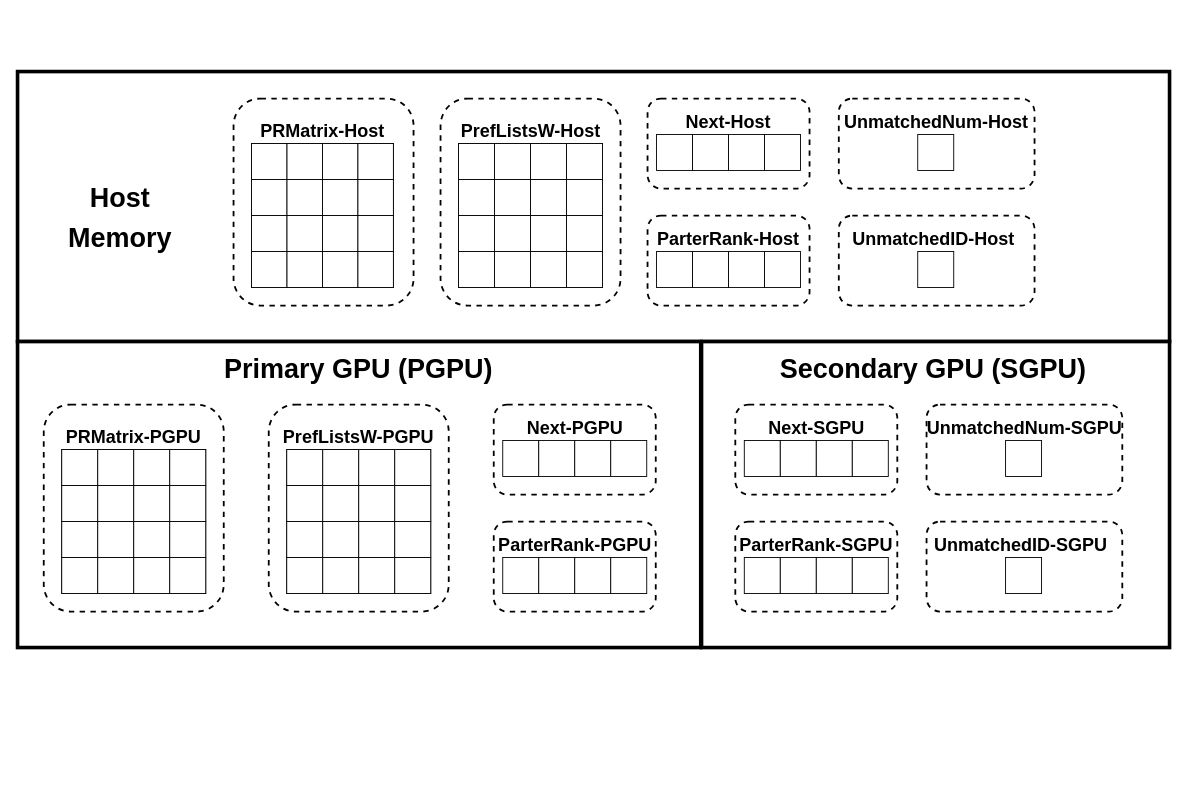
The draw.io diagram DSInHybridSystem.drawio in victorliu-sq/BambooSMP-Figures, before the edit. Source tidied: cells renumbered, new cells numbered last; positions are measured from the earlier drawing's top-left corner, leaving out a move shared by most shapes. Both pictures are drawn from the tidied source at 90%, with x=0, y=0 at pixel (17, 71).
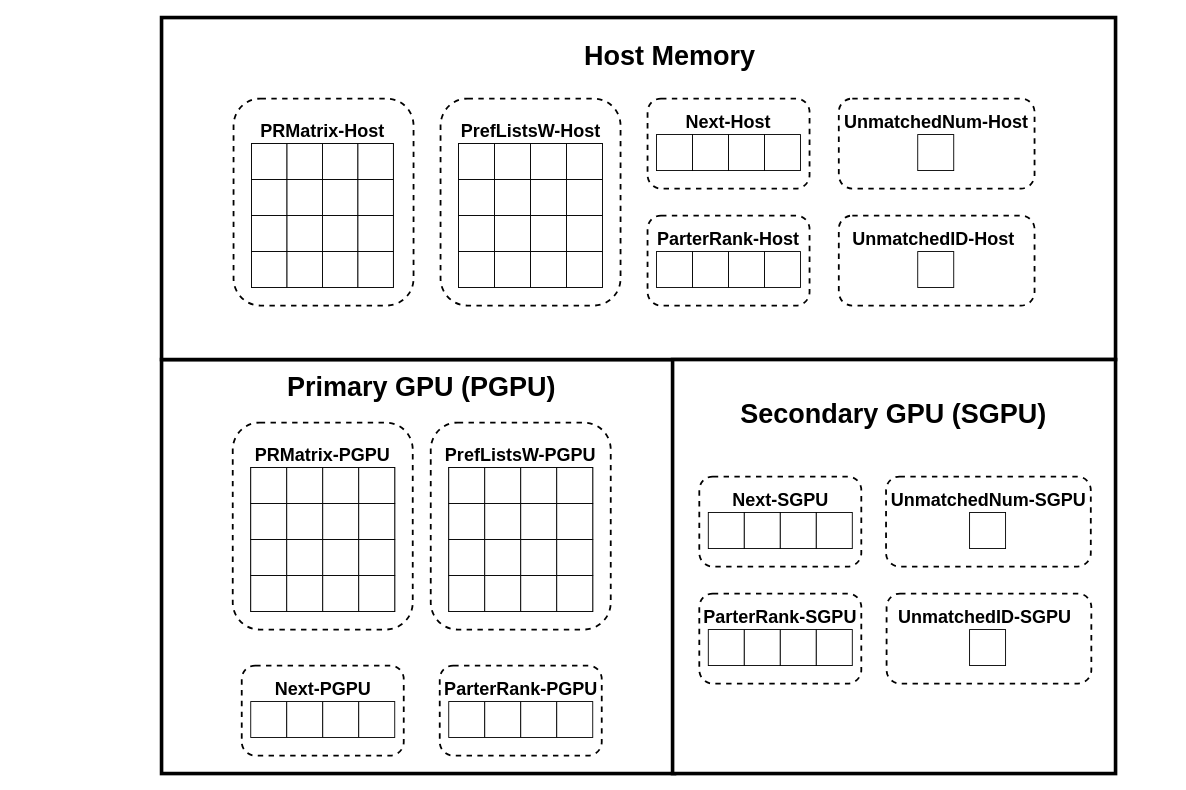
Above is the later version.

The edit, as a diff of the source:
```diff
@@
+    <mxCell id="69" style="rounded=0;whiteSpace=wrap;html=1;strokeWidth=4;" parent="1" vertex="1">
+      <mxGeometry x="160" y="320" width="570" height="460" as="geometry" />
+    </mxCell>
     <mxCell id="2" style="rounded=0;whiteSpace=wrap;html=1;strokeWidth=4;" parent="1" vertex="1">
-      <mxGeometry width="1280" height="300" as="geometry" />
+      <mxGeometry x="160" y="-60" width="1060" height="380" as="geometry" />
     </mxCell>
     <mxCell id="3" style="rounded=0;whiteSpace=wrap;html=1;strokeWidth=4;" parent="1" vertex="1">
-      <mxGeometry x="760" y="300" width="520" height="340" as="geometry" />
+      <mxGeometry x="727.8" y="320" width="492.2" height="460" as="geometry" />
     </mxCell>
@@
     <mxCell id="42" style="rounded=1;whiteSpace=wrap;html=1;fillColor=none;strokeWidth=2;dashed=1;" parent="1" vertex="1">
-      <mxGeometry x="797.5" y="500" width="180" height="100" as="geometry" />
+      <mxGeometry x="757.5" y="580" width="180" height="100" as="geometry" />
     </mxCell>
     <mxCell id="43" style="rounded=1;whiteSpace=wrap;html=1;fillColor=none;strokeWidth=2;dashed=1;" parent="1" vertex="1">
-      <mxGeometry x="797.5" y="370" width="180" height="100" as="geometry" />
+      <mxGeometry x="757.5" y="450" width="180" height="100" as="geometry" />
     </mxCell>
     <mxCell id="44" value="&lt;p style=&quot;font-size: 20px;&quot;&gt;&lt;b style=&quot;font-size: 20px;&quot;&gt;&lt;font style=&quot;font-size: 20px;&quot;&gt;Next-SGPU&lt;/font&gt;&lt;/b&gt;&lt;/p&gt;" style="text;html=1;align=center;verticalAlign=middle;whiteSpace=wrap;rounded=0;fontSize=20;" parent="1" vertex="1">
-      <mxGeometry x="823.8" y="380" width="127.5" height="30" as="geometry" />
+      <mxGeometry x="783.8" y="460" width="127.5" height="30" as="geometry" />
     </mxCell>
     <mxCell id="45" value="&lt;p style=&quot;font-size: 20px;&quot;&gt;&lt;b style=&quot;font-size: 20px;&quot;&gt;&lt;font style=&quot;font-size: 20px;&quot;&gt;ParterRank-SGPU&lt;/font&gt;&lt;/b&gt;&lt;/p&gt;" style="text;html=1;align=center;verticalAlign=middle;whiteSpace=wrap;rounded=0;fontSize=20;" parent="1" vertex="1">
-      <mxGeometry x="796.2" y="510" width="182.5" height="30" as="geometry" />
+      <mxGeometry x="756.2" y="590" width="182.5" height="30" as="geometry" />
     </mxCell>
     <mxCell id="46" value="&lt;b style=&quot;&quot;&gt;&lt;font style=&quot;font-size: 30px;&quot;&gt;Secondary GPU (SGPU)&lt;/font&gt;&lt;/b&gt;" style="rounded=1;whiteSpace=wrap;html=1;strokeColor=none;fillColor=none;" parent="1" vertex="1">
-      <mxGeometry x="845" y="310" width="345" height="40" as="geometry" />
+      <mxGeometry x="801.4" y="360" width="345" height="40" as="geometry" />
     </mxCell>
     <mxCell id="47" style="group;" parent="1" vertex="1">
-      <mxGeometry x="807.5" y="540" width="160" height="40" as="geometry" />
+      <mxGeometry x="767.5" y="620" width="160" height="40" as="geometry" />
     </mxCell>
@@
-    <mxCell id="69" style="rounded=0;whiteSpace=wrap;html=1;strokeWidth=4;" parent="1" vertex="1">
-      <mxGeometry y="300" width="759.1" height="340" as="geometry" />
-    </mxCell>
     <mxCell id="70" style="rounded=1;whiteSpace=wrap;html=1;fillColor=none;strokeWidth=2;dashed=1;" parent="1" vertex="1">
-      <mxGeometry x="529.1" y="500" width="180" height="100" as="geometry" />
+      <mxGeometry x="469.1" y="660" width="180" height="100" as="geometry" />
     </mxCell>
     <mxCell id="71" style="rounded=1;whiteSpace=wrap;html=1;fillColor=none;strokeWidth=2;dashed=1;" parent="1" vertex="1">
-      <mxGeometry x="529.1" y="370" width="180" height="100" as="geometry" />
+      <mxGeometry x="249.1" y="660" width="180" height="100" as="geometry" />
     </mxCell>
     <mxCell id="72" value="&lt;b style=&quot;&quot;&gt;&lt;font style=&quot;font-size: 30px;&quot;&gt;Primary GPU (PGPU)&lt;/font&gt;&lt;/b&gt;" style="rounded=1;whiteSpace=wrap;html=1;strokeColor=none;fillColor=none;" parent="1" vertex="1">
-      <mxGeometry x="219.1" y="310" width="320" height="40" as="geometry" />
+      <mxGeometry x="289.1" y="330" width="320" height="40" as="geometry" />
     </mxCell>
     <mxCell id="73" style="rounded=1;whiteSpace=wrap;html=1;fillColor=none;strokeWidth=2;dashed=1;" parent="1" vertex="1">
-      <mxGeometry x="29.1" y="370" width="200" height="230" as="geometry" />
+      <mxGeometry x="239.1" y="390" width="200" height="230" as="geometry" />
     </mxCell>
     <mxCell id="74" style="group;" parent="1" vertex="1">
-      <mxGeometry x="49.1" y="420" width="160" height="160" as="geometry" />
+      <mxGeometry x="259.1" y="440" width="160" height="160" as="geometry" />
     </mxCell>
@@
     <mxCell id="92" value="&lt;p style=&quot;font-size: 20px;&quot;&gt;&lt;b style=&quot;font-size: 20px;&quot;&gt;&lt;font style=&quot;font-size: 20px;&quot;&gt;PRMatrix-PGPU&lt;/font&gt;&lt;/b&gt;&lt;/p&gt;" style="text;html=1;align=center;verticalAlign=middle;whiteSpace=wrap;rounded=0;fontSize=20;" parent="1" vertex="1">
-      <mxGeometry x="51.2" y="390" width="155.9" height="30" as="geometry" />
+      <mxGeometry x="261.1" y="410" width="155.9" height="30" as="geometry" />
     </mxCell>
     <mxCell id="93" style="rounded=1;whiteSpace=wrap;html=1;fillColor=none;strokeWidth=2;dashed=1;" parent="1" vertex="1">
-      <mxGeometry x="279.1" y="370" width="200" height="230" as="geometry" />
+      <mxGeometry x="459.1" y="390" width="200" height="230" as="geometry" />
     </mxCell>
     <mxCell id="94" value="&lt;p style=&quot;font-size: 20px;&quot;&gt;&lt;b style=&quot;font-size: 20px;&quot;&gt;&lt;font style=&quot;font-size: 20px;&quot;&gt;PrefListsW-PGPU&lt;/font&gt;&lt;/b&gt;&lt;/p&gt;" style="text;html=1;align=center;verticalAlign=middle;whiteSpace=wrap;rounded=0;fontSize=20;" parent="1" vertex="1">
-      <mxGeometry x="293.3" y="390" width="171.6" height="30" as="geometry" />
+      <mxGeometry x="473.3" y="410" width="171.6" height="30" as="geometry" />
     </mxCell>
     <mxCell id="95" style="group;" parent="1" vertex="1">
-      <mxGeometry x="539.1" y="410" width="160" height="80" as="geometry" />
+      <mxGeometry x="259.1" y="700" width="160" height="80" as="geometry" />
     </mxCell>
@@
     <mxCell id="101" value="&lt;p style=&quot;font-size: 20px;&quot;&gt;&lt;b style=&quot;font-size: 20px;&quot;&gt;&lt;font style=&quot;font-size: 20px;&quot;&gt;Next-PGPU&lt;/font&gt;&lt;/b&gt;&lt;/p&gt;" style="text;html=1;align=center;verticalAlign=middle;whiteSpace=wrap;rounded=0;fontSize=20;" parent="1" vertex="1">
-      <mxGeometry x="559.5" y="380" width="119.1" height="30" as="geometry" />
+      <mxGeometry x="279.5" y="670" width="119.1" height="30" as="geometry" />
     </mxCell>
     <mxCell id="102" style="group;" parent="1" vertex="1">
-      <mxGeometry x="539.1" y="540" width="160" height="80" as="geometry" />
+      <mxGeometry x="479.1" y="700" width="160" height="80" as="geometry" />
     </mxCell>
@@
     <mxCell id="108" value="&lt;p style=&quot;font-size: 20px;&quot;&gt;&lt;b style=&quot;font-size: 20px;&quot;&gt;&lt;font style=&quot;font-size: 20px;&quot;&gt;ParterRank-PGPU&lt;/font&gt;&lt;/b&gt;&lt;/p&gt;" style="text;html=1;align=center;verticalAlign=middle;whiteSpace=wrap;rounded=0;fontSize=20;" parent="1" vertex="1">
-      <mxGeometry x="530" y="510" width="179.1" height="30" as="geometry" />
+      <mxGeometry x="470" y="670" width="179.1" height="30" as="geometry" />
     </mxCell>
     <mxCell id="109" style="group;" parent="1" vertex="1">
-      <mxGeometry x="299.1" y="420" width="160" height="160" as="geometry" />
+      <mxGeometry x="479.1" y="440" width="160" height="160" as="geometry" />
     </mxCell>
@@
     <mxCell id="127" value="&lt;b style=&quot;&quot;&gt;&lt;font style=&quot;font-size: 30px;&quot;&gt;Host Memory&lt;/font&gt;&lt;/b&gt;" style="rounded=1;whiteSpace=wrap;html=1;strokeColor=none;fillColor=none;strokeWidth=3;fontSize=36;" parent="1" vertex="1">
-      <mxGeometry x="34.1" y="120" width="160" height="80" as="geometry" />
+      <mxGeometry x="570" y="-60" width="310" height="80" as="geometry" />
     </mxCell>
@@
-    <mxCell id="132" style="rounded=1;whiteSpace=wrap;html=1;fillColor=none;strokeWidth=2;dashed=1;" parent="1" vertex="1">
-      <mxGeometry x="1010" y="500" width="217.5" height="100" as="geometry" />
-    </mxCell>
     <mxCell id="133" style="rounded=1;whiteSpace=wrap;html=1;fillColor=none;strokeWidth=2;dashed=1;" parent="1" vertex="1">
-      <mxGeometry x="1010" y="370" width="217.5" height="100" as="geometry" />
+      <mxGeometry x="965" y="450" width="227.5" height="100" as="geometry" />
     </mxCell>
     <mxCell id="134" style="rounded=0;whiteSpace=wrap;html=1;" parent="1" vertex="1">
-      <mxGeometry x="1097.8" y="540" width="40" height="40" as="geometry" />
+      <mxGeometry x="1057.8" y="620" width="40" height="40" as="geometry" />
     </mxCell>
     <mxCell id="135" style="rounded=0;whiteSpace=wrap;html=1;" parent="1" vertex="1">
-      <mxGeometry x="1097.8" y="410" width="40" height="40" as="geometry" />
+      <mxGeometry x="1057.8" y="490" width="40" height="40" as="geometry" />
     </mxCell>
     <mxCell id="136" value="&lt;p&gt;&lt;b&gt;&lt;font style=&quot;font-size: 20px;&quot;&gt;UnmatchedNum-SGPU&lt;/font&gt;&lt;/b&gt;&lt;br&gt;&lt;/p&gt;" style="text;html=1;align=center;verticalAlign=middle;whiteSpace=wrap;rounded=0;" parent="1" vertex="1">
-      <mxGeometry x="1005.6" y="380" width="226.2" height="30" as="geometry" />
+      <mxGeometry x="965.6" y="460" width="226.2" height="30" as="geometry" />
     </mxCell>
     <mxCell id="137" value="&lt;p&gt;&lt;b&gt;&lt;font style=&quot;font-size: 20px;&quot;&gt;UnmatchedID-SGPU&lt;/font&gt;&lt;/b&gt;&lt;br&gt;&lt;/p&gt;" style="text;html=1;align=center;verticalAlign=middle;whiteSpace=wrap;rounded=0;" parent="1" vertex="1">
-      <mxGeometry x="1010" y="510" width="210" height="30" as="geometry" />
+      <mxGeometry x="970" y="590" width="210" height="30" as="geometry" />
     </mxCell>
     <mxCell id="138" style="rounded=0;whiteSpace=wrap;html=1;" parent="1" vertex="1">
-      <mxGeometry x="807.5" y="410" width="40" height="40" as="geometry" />
+      <mxGeometry x="767.5" y="490" width="40" height="40" as="geometry" />
     </mxCell>
     <mxCell id="139" style="rounded=0;whiteSpace=wrap;html=1;" parent="1" vertex="1">
-      <mxGeometry x="847.5" y="410" width="40" height="40" as="geometry" />
+      <mxGeometry x="807.5" y="490" width="40" height="40" as="geometry" />
     </mxCell>
     <mxCell id="140" style="rounded=0;whiteSpace=wrap;html=1;" parent="1" vertex="1">
-      <mxGeometry x="887.5" y="410" width="40" height="40" as="geometry" />
+      <mxGeometry x="847.5" y="490" width="40" height="40" as="geometry" />
     </mxCell>
     <mxCell id="141" style="rounded=0;whiteSpace=wrap;html=1;" parent="1" vertex="1">
-      <mxGeometry x="927.5" y="410" width="40" height="40" as="geometry" />
+      <mxGeometry x="887.5" y="490" width="40" height="40" as="geometry" />
     </mxCell>
+    <mxCell id="142" style="rounded=1;whiteSpace=wrap;html=1;fillColor=none;strokeWidth=2;dashed=1;" parent="1" vertex="1">
+      <mxGeometry x="965.6" y="580" width="227.5" height="100" as="geometry" />
+    </mxCell>
```
